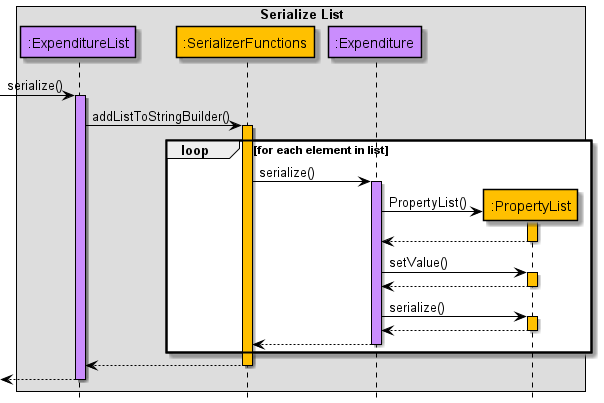
nus-cs2113-AY2122S2/tp keeps this PlantUML diagram as docs/images/SerializeListSequenceDiagramFinal.png. Above is the earlier version. The source it was exported from:
```plantuml
@startuml
!include Style.puml

skinparam sequence {
ArrowColor black
participantBorderColor black
LifelineBorderColor black
boxBorderColor black
}

box Serialize List
participant ":ExpenditureList" as ExpenditureList USERFINANCIAL_COLOUR
participant ":SerializerFunctions" as SerializerFunctions STORAGE_COLOUR
participant ":Expenditure" as Expenditure USERFINANCIAL_COLOUR
participant ":PropertyList" as PropertyList STORAGE_COLOUR
end box
hide footbox

[-> ExpenditureList : serialize()
activate ExpenditureList USERFINANCIAL_COLOUR
ExpenditureList -> SerializerFunctions : addListToStringBuilder()
activate SerializerFunctions STORAGE_COLOUR
loop for each element in list
    SerializerFunctions -> Expenditure : serialize()
    activate Expenditure USERFINANCIAL_COLOUR

    Expenditure -> PropertyList ** : PropertyList()
    activate PropertyList STORAGE_COLOUR
    deactivate PropertyList
    PropertyList --> Expenditure --
    Expenditure -> PropertyList : setValue()
    activate PropertyList STORAGE_COLOUR
    PropertyList --> Expenditure --
    Expenditure -> PropertyList : serialize()
    activate PropertyList STORAGE_COLOUR
    PropertyList --> Expenditure --

    Expenditure --> SerializerFunctions --
end
SerializerFunctions --> ExpenditureList --
[<-- ExpenditureList --

@enduml
```
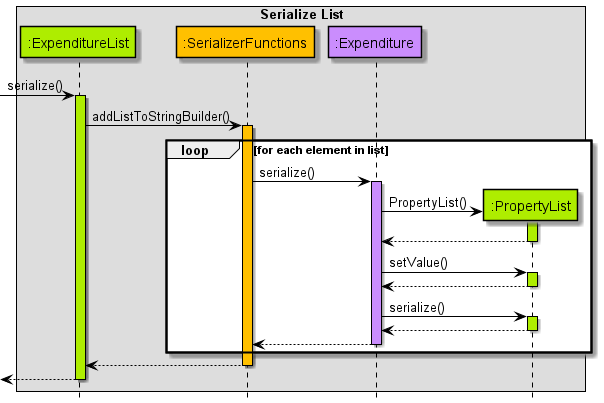
Later version of the same file.

What changed in the source:
```diff
@@ -9,15 +9,15 @@
 }
 
 box Serialize List
-participant ":ExpenditureList" as ExpenditureList USERFINANCIAL_COLOUR
+participant ":ExpenditureList" as ExpenditureList DATA_COLOUR
 participant ":SerializerFunctions" as SerializerFunctions STORAGE_COLOUR
 participant ":Expenditure" as Expenditure USERFINANCIAL_COLOUR
-participant ":PropertyList" as PropertyList STORAGE_COLOUR
+participant ":PropertyList" as PropertyList DATA_COLOUR
 end box
 hide footbox
 
 [-> ExpenditureList : serialize()
-activate ExpenditureList USERFINANCIAL_COLOUR
+activate ExpenditureList DATA_COLOUR
 ExpenditureList -> SerializerFunctions : addListToStringBuilder()
 activate SerializerFunctions STORAGE_COLOUR
 loop for each element in list
@@ -25,14 +25,14 @@
     activate Expenditure USERFINANCIAL_COLOUR
 
     Expenditure -> PropertyList ** : PropertyList()
-    activate PropertyList STORAGE_COLOUR
+    activate PropertyList DATA_COLOUR
     deactivate PropertyList
     PropertyList --> Expenditure --
     Expenditure -> PropertyList : setValue()
-    activate PropertyList STORAGE_COLOUR
+    activate PropertyList DATA_COLOUR
     PropertyList --> Expenditure --
     Expenditure -> PropertyList : serialize()
-    activate PropertyList STORAGE_COLOUR
+    activate PropertyList DATA_COLOUR
     PropertyList --> Expenditure --
 
     Expenditure --> SerializerFunctions --
```
